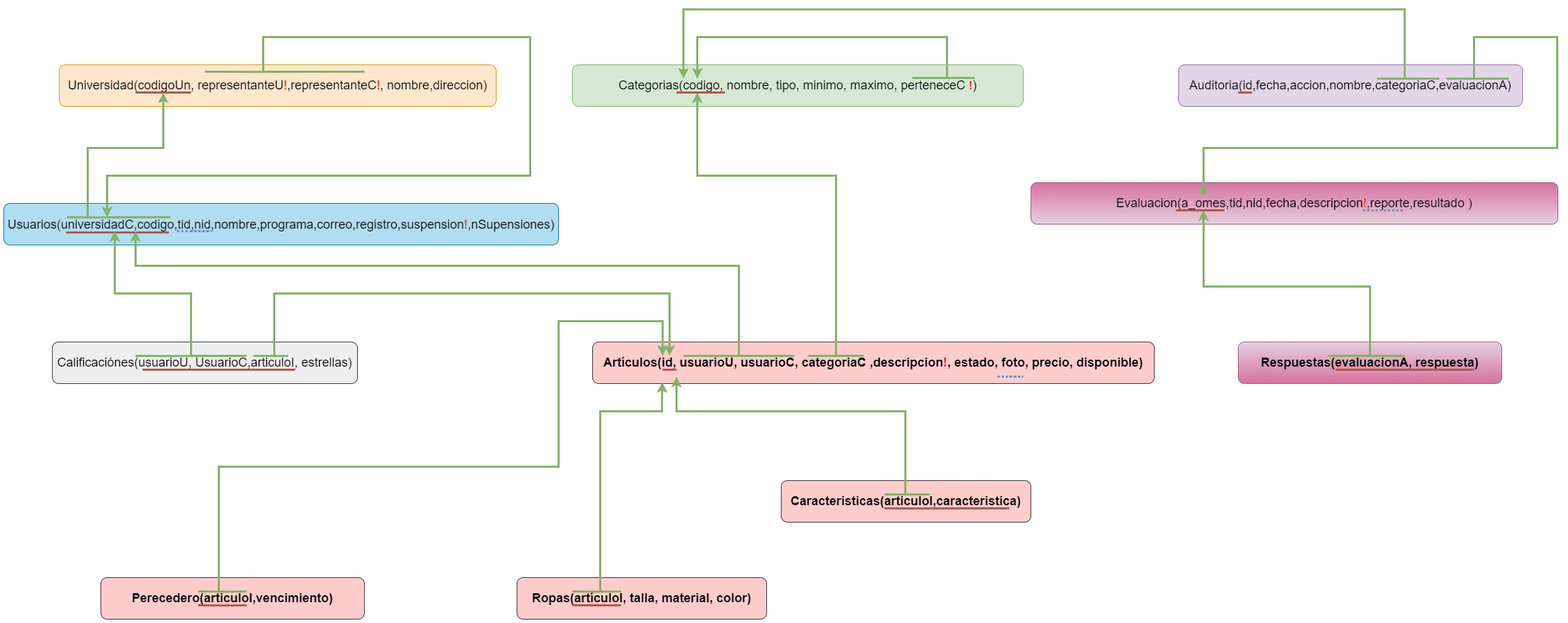
Before: LABORATORIOS/Lab4/Fotos/Lógico Lab4.png, a diagram exported from draw.io (esteban0903/MODELOS-Y-BASES-DE-DATOS). Source tidied: cells renumbered, new cells last; positions are measured from the earlier drawing's top-left corner, leaving out a move shared by most shapes.
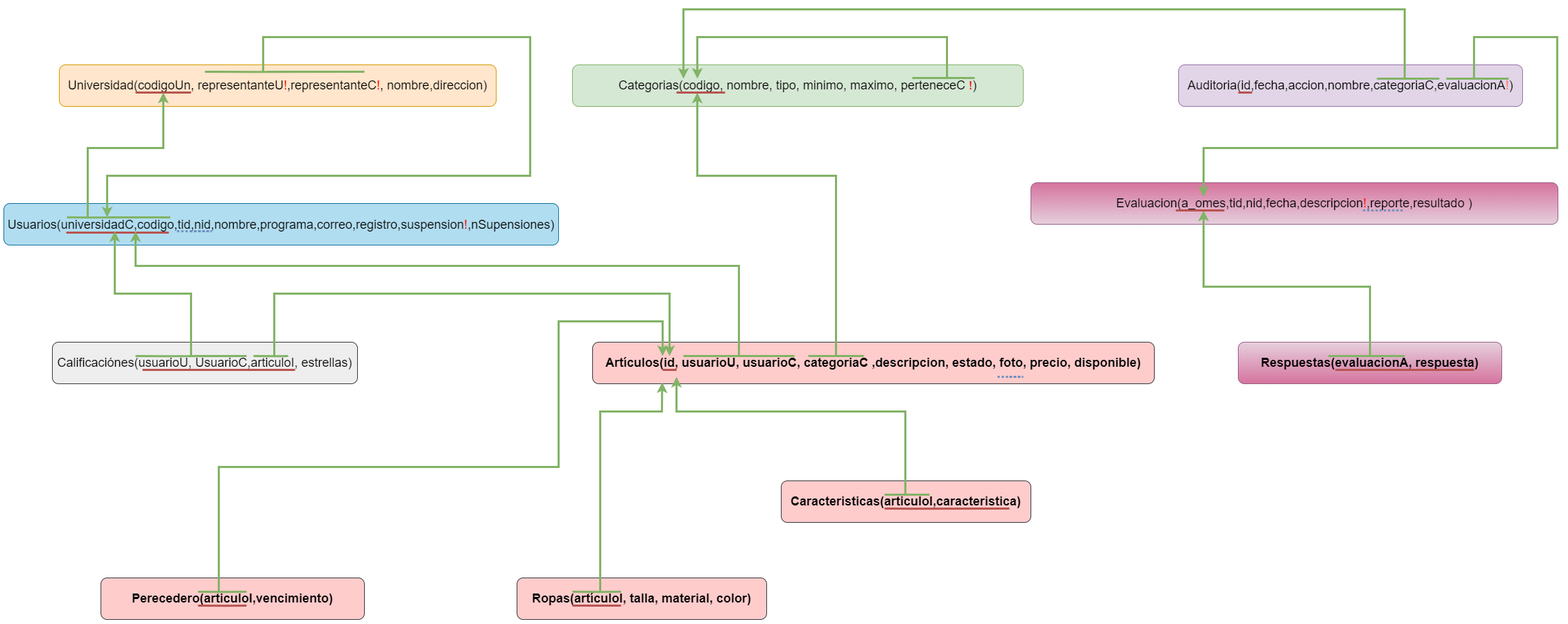
Later version of the same file.

Commit message:
Caso de uso 1, parte lógico y parte de Construcción con Acciones y Acciones OK

Change to the diagram source:
```diff
@@ -5,7 +5,7 @@
     <mxCell id="2" value="&lt;div style=&quot;border-color: var(--border-color); font-size: 18px; line-height: 100%;&quot;&gt;Usuarios(universidadC,codigo,tid,nid,nombre,programa,correo,registro,suspension&lt;font color=&quot;#ff0800&quot;&gt;!&lt;/font&gt;,nSupensiones)&lt;/div&gt;" style="rounded=1;whiteSpace=wrap;html=1;fillColor=#b1ddf0;strokeColor=#10739e;" parent="1" vertex="1">
       <mxGeometry y="280" width="800" height="60" as="geometry" />
     </mxCell>
-    <mxCell id="3" value="&lt;span style=&quot;font-size: 18px;&quot;&gt;Artículos(id, usuarioU, usuarioC, categoriaC ,descripcion&lt;font color=&quot;#ff0000&quot;&gt;!&lt;/font&gt;, estado, foto, precio, disponible)&lt;/span&gt;" style="rounded=1;whiteSpace=wrap;html=1;fontStyle=1;fillColor=#ffcccc;strokeColor=#36393d;" parent="1" vertex="1">
+    <mxCell id="3" value="&lt;span style=&quot;font-size: 18px;&quot;&gt;Artículos(id, usuarioU, usuarioC, categoriaC ,descripcion, estado, foto, precio, disponible)&lt;/span&gt;" style="rounded=1;whiteSpace=wrap;html=1;fontStyle=1;fillColor=#ffcccc;strokeColor=#36393d;" parent="1" vertex="1">
       <mxGeometry x="849" y="480" width="810" height="60" as="geometry" />
     </mxCell>
     <mxCell id="4" value="&lt;div style=&quot;border-color: var(--border-color); font-size: 18px;&quot;&gt;Universidad(codigoUn, representanteU&lt;font color=&quot;#ff0800&quot;&gt;!&lt;/font&gt;,representanteC&lt;font color=&quot;#ff0800&quot;&gt;!&lt;/font&gt;, nombre,direccion)&lt;/div&gt;" style="rounded=1;whiteSpace=wrap;html=1;fillColor=#ffe6cc;strokeColor=#d79b00;" parent="1" vertex="1">
@@ -14,7 +14,7 @@
     <mxCell id="5" value="&lt;font style=&quot;font-weight: normal; font-size: 18px;&quot;&gt;Categorias(codigo, nombre, tipo, minimo, maximo,&amp;nbsp;perteneceC &lt;/font&gt;&lt;font size=&quot;3&quot; color=&quot;#ff0800&quot;&gt;!&lt;/font&gt;&lt;font style=&quot;font-size: 18px; font-weight: normal;&quot;&gt;)&lt;/font&gt;" style="rounded=1;whiteSpace=wrap;html=1;fontStyle=1;fillColor=#d5e8d4;strokeColor=#82b366;" parent="1" vertex="1">
       <mxGeometry x="820" y="80" width="650" height="60" as="geometry" />
     </mxCell>
-    <mxCell id="6" value="&lt;div style=&quot;border-color: var(--border-color); font-size: 18px;&quot;&gt;Auditoria(id,fecha,accion,nombre,categoriaC,evaluacionA)&lt;/div&gt;" style="rounded=1;whiteSpace=wrap;html=1;fillColor=#e1d5e7;strokeColor=#9673a6;" parent="1" vertex="1">
+    <mxCell id="6" value="&lt;div style=&quot;border-color: var(--border-color); font-size: 18px;&quot;&gt;Auditoria(id,fecha,accion,nombre,categoriaC,evaluacionA&lt;font color=&quot;#ff8173&quot;&gt;!&lt;/font&gt;)&lt;/div&gt;" style="rounded=1;whiteSpace=wrap;html=1;fillColor=#e1d5e7;strokeColor=#9673a6;" parent="1" vertex="1">
       <mxGeometry x="1694" y="80" width="496" height="60" as="geometry" />
     </mxCell>
     <mxCell id="7" value="&lt;div style=&quot;border-color: var(--border-color); font-size: 18px;&quot;&gt;Evaluacion(a_omes,tid,nid,fecha,descripcion&lt;font color=&quot;#ff0800&quot;&gt;!&lt;/font&gt;,reporte,resultado )&lt;/div&gt;" style="rounded=1;whiteSpace=wrap;html=1;fillColor=#e6d0de;strokeColor=#996185;gradientColor=#d5739d;gradientDirection=north;" parent="1" vertex="1">
```
